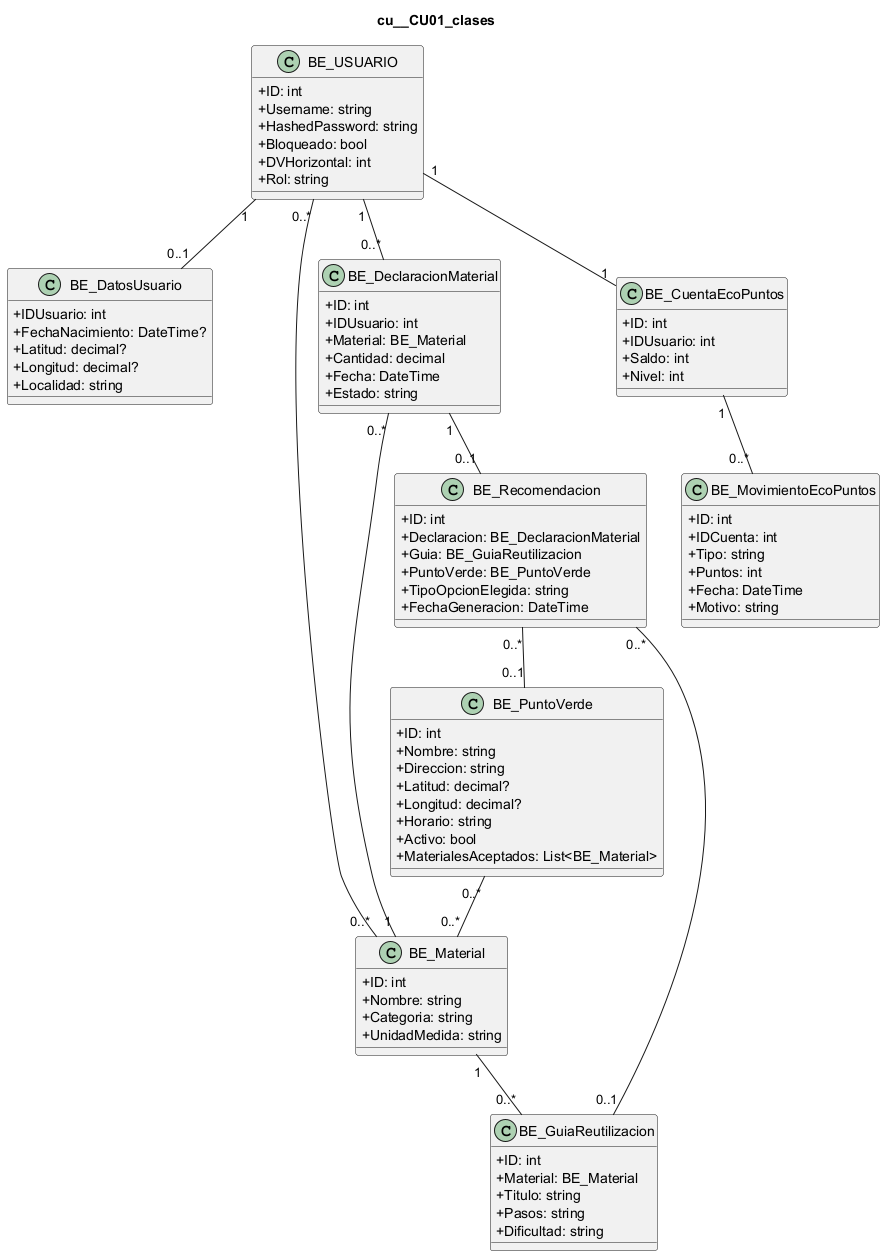
Before: docs/diagramas/uml_png/cu__CU01_clases.png, a diagram exported from PlantUML (L-Muniz/uai-diploma_2026). The source it was exported from:
```plantuml
@startuml
skinparam classAttributeIconSize 0
title cu__CU01_clases
class "BE_USUARIO" as USUARIO {
  +ID: int
  +Username: string
  +HashedPassword: string
  +Bloqueado: bool
  +DVHorizontal: int
  +Rol: string
}
class "BE_DatosUsuario" as DATOS_USUARIO {
  +IDUsuario: int
  +FechaNacimiento: DateTime?
  +Latitud: decimal?
  +Longitud: decimal?
  +Localidad: string
}
class "BE_DeclaracionMaterial" as DECLARACION {
  +ID: int
  +IDUsuario: int
  +Material: BE_Material
  +Cantidad: decimal
  +Fecha: DateTime
  +Estado: string
}
class "BE_Material" as MATERIAL {
  +ID: int
  +Nombre: string
  +Categoria: string
  +UnidadMedida: string
}
class "BE_Recomendacion" as RECOMENDACION {
  +ID: int
  +Declaracion: BE_DeclaracionMaterial
  +Guia: BE_GuiaReutilizacion
  +PuntoVerde: BE_PuntoVerde
  +TipoOpcionElegida: string
  +FechaGeneracion: DateTime
}
class "BE_GuiaReutilizacion" as GUIA {
  +ID: int
  +Material: BE_Material
  +Titulo: string
  +Pasos: string
  +Dificultad: string
}
class "BE_PuntoVerde" as PUNTO_VERDE {
  +ID: int
  +Nombre: string
  +Direccion: string
  +Latitud: decimal?
  +Longitud: decimal?
  +Horario: string
  +Activo: bool
  +MaterialesAceptados: List<BE_Material>
}
class "BE_CuentaEcoPuntos" as CUENTA {
  +ID: int
  +IDUsuario: int
  +Saldo: int
  +Nivel: int
}
class "BE_MovimientoEcoPuntos" as MOVIMIENTO {
  +ID: int
  +IDCuenta: int
  +Tipo: string
  +Puntos: int
  +Fecha: DateTime
  +Motivo: string
}
USUARIO "1" -- "0..*" DECLARACION
DECLARACION "0..*" -- "1" MATERIAL
DECLARACION "1" -- "0..1" RECOMENDACION
RECOMENDACION "0..*" -- "0..1" GUIA
RECOMENDACION "0..*" -- "0..1" PUNTO_VERDE
PUNTO_VERDE "0..*" -- "0..*" MATERIAL
USUARIO "1" -- "1" CUENTA
CUENTA "1" -- "0..*" MOVIMIENTO
MATERIAL "1" -- "0..*" GUIA
USUARIO "1" -- "0..1" DATOS_USUARIO
USUARIO "0..*" -- "0..*" MATERIAL
@enduml
```
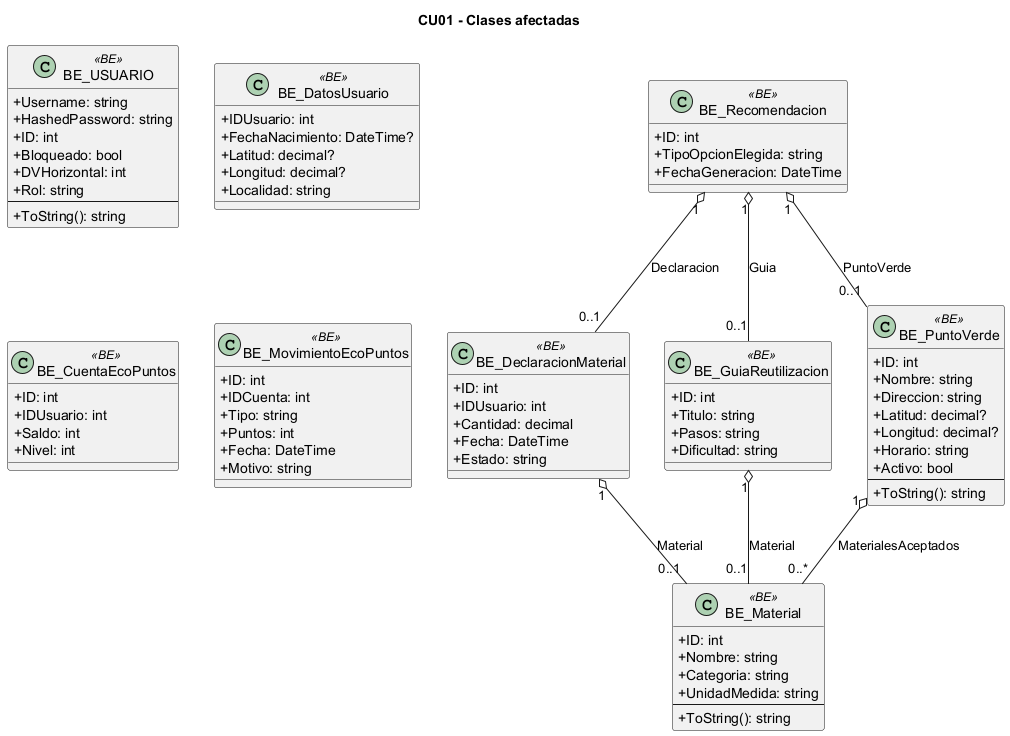
Later version of the same file.

What changed in the source:
```diff
@@ -1,51 +1,50 @@
 @startuml
 skinparam classAttributeIconSize 0
-title cu__CU01_clases
-class "BE_USUARIO" as USUARIO {
-  +ID: int
+title CU01 - Clases afectadas
+class "BE_USUARIO" as BE_USUARIO <<BE>> {
   +Username: string
   +HashedPassword: string
+  +ID: int
   +Bloqueado: bool
   +DVHorizontal: int
   +Rol: string
+  --
+  +ToString(): string
 }
-class "BE_DatosUsuario" as DATOS_USUARIO {
+class "BE_DatosUsuario" as BE_DatosUsuario <<BE>> {
   +IDUsuario: int
   +FechaNacimiento: DateTime?
   +Latitud: decimal?
   +Longitud: decimal?
   +Localidad: string
 }
-class "BE_DeclaracionMaterial" as DECLARACION {
+class "BE_DeclaracionMaterial" as BE_DeclaracionMaterial <<BE>> {
   +ID: int
   +IDUsuario: int
-  +Material: BE_Material
   +Cantidad: decimal
   +Fecha: DateTime
   +Estado: string
 }
-class "BE_Material" as MATERIAL {
+class "BE_Material" as BE_Material <<BE>> {
   +ID: int
   +Nombre: string
   +Categoria: string
   +UnidadMedida: string
+  --
+  +ToString(): string
 }
-class "BE_Recomendacion" as RECOMENDACION {
+class "BE_Recomendacion" as BE_Recomendacion <<BE>> {
   +ID: int
-  +Declaracion: BE_DeclaracionMaterial
-  +Guia: BE_GuiaReutilizacion
-  +PuntoVerde: BE_PuntoVerde
   +TipoOpcionElegida: string
   +FechaGeneracion: DateTime
 }
-class "BE_GuiaReutilizacion" as GUIA {
+class "BE_GuiaReutilizacion" as BE_GuiaReutilizacion <<BE>> {
   +ID: int
-  +Material: BE_Material
   +Titulo: string
   +Pasos: string
   +Dificultad: string
 }
-class "BE_PuntoVerde" as PUNTO_VERDE {
+class "BE_PuntoVerde" as BE_PuntoVerde <<BE>> {
   +ID: int
   +Nombre: string
   +Direccion: string
@@ -53,15 +52,16 @@
   +Longitud: decimal?
   +Horario: string
   +Activo: bool
-  +MaterialesAceptados: List<BE_Material>
+  --
+  +ToString(): string
 }
-class "BE_CuentaEcoPuntos" as CUENTA {
+class "BE_CuentaEcoPuntos" as BE_CuentaEcoPuntos <<BE>> {
   +ID: int
   +IDUsuario: int
   +Saldo: int
   +Nivel: int
 }
-class "BE_MovimientoEcoPuntos" as MOVIMIENTO {
+class "BE_MovimientoEcoPuntos" as BE_MovimientoEcoPuntos <<BE>> {
   +ID: int
   +IDCuenta: int
   +Tipo: string
@@ -69,15 +69,10 @@
   +Fecha: DateTime
   +Motivo: string
 }
-USUARIO "1" -- "0..*" DECLARACION
-DECLARACION "0..*" -- "1" MATERIAL
-DECLARACION "1" -- "0..1" RECOMENDACION
-RECOMENDACION "0..*" -- "0..1" GUIA
-RECOMENDACION "0..*" -- "0..1" PUNTO_VERDE
-PUNTO_VERDE "0..*" -- "0..*" MATERIAL
-USUARIO "1" -- "1" CUENTA
-CUENTA "1" -- "0..*" MOVIMIENTO
-MATERIAL "1" -- "0..*" GUIA
-USUARIO "1" -- "0..1" DATOS_USUARIO
-USUARIO "0..*" -- "0..*" MATERIAL
+BE_DeclaracionMaterial "1" o-- "0..1" BE_Material : Material
+BE_Recomendacion "1" o-- "0..1" BE_DeclaracionMaterial : Declaracion
+BE_Recomendacion "1" o-- "0..1" BE_GuiaReutilizacion : Guia
+BE_Recomendacion "1" o-- "0..1" BE_PuntoVerde : PuntoVerde
+BE_GuiaReutilizacion "1" o-- "0..1" BE_Material : Material
+BE_PuntoVerde "1" o-- "0..*" BE_Material : MaterialesAceptados
 @enduml
```
